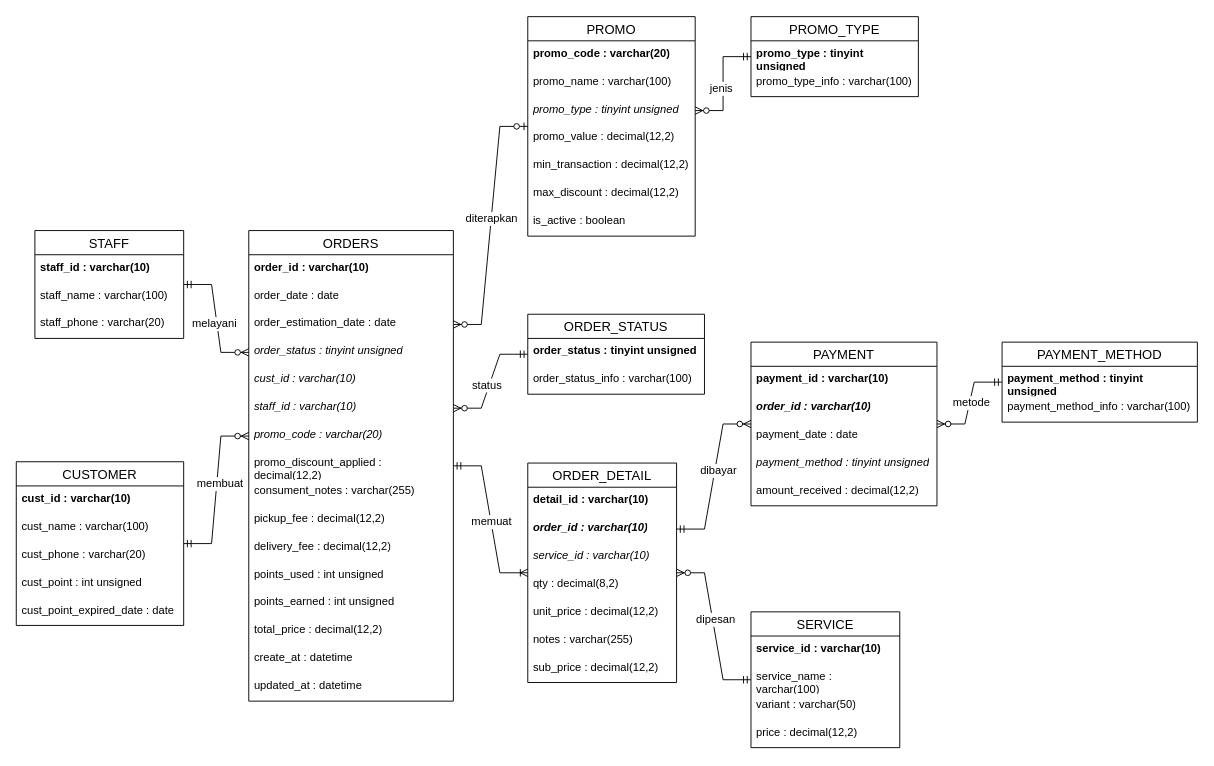
Before: docs/erd-fisik.drawio in restumj/laundry-project, a draw.io diagram. Source tidied: cells renumbered, new cells numbered last; positions are measured from the earlier drawing's top-left corner, leaving out a move shared by most shapes. Both pictures are drawn from the tidied source at 93%, with x=0, y=0 at pixel (16, 16).
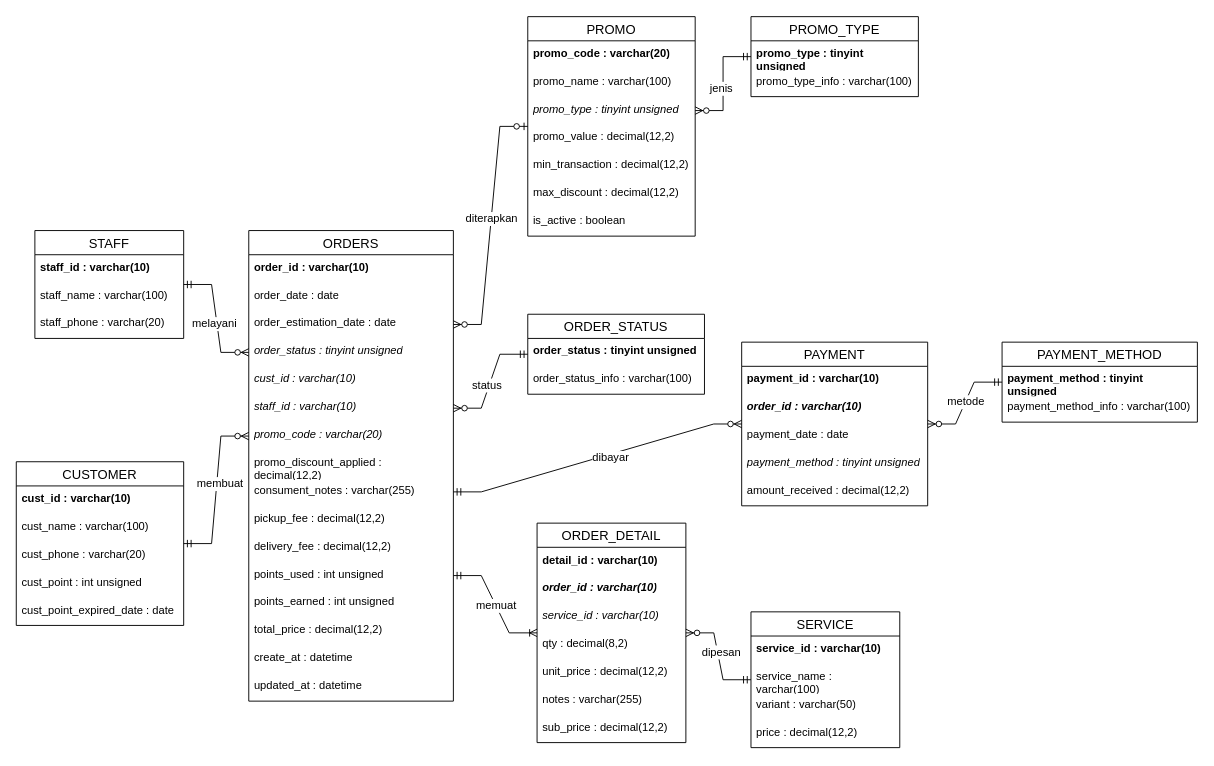
After the change.

The change refers to these unchanged cells:
```xml
<mxCell id="2" value="ORDERS" style="swimlane;fontStyle=0;horizontal=1;startSize=26;align=center;fontSize=14;" parent="1" vertex="1">
  <mxGeometry x="250" y="230.4" width="220" height="506" as="geometry" />
</mxCell>
<mxCell id="11" value="consument_notes : varchar(255)" style="text;strokeColor=none;fillColor=none;spacingLeft=4;spacingRight=4;overflow=hidden;points=[[0,0.5],[1,0.5]];portConstraint=eastwest;fontSize=12;whiteSpace=wrap;html=1;" parent="2" vertex="1">
  <mxGeometry y="266" width="220" height="30" as="geometry" />
</mxCell>
<mxCell id="14" value="points_used : int unsigned" style="text;strokeColor=none;fillColor=none;spacingLeft=4;spacingRight=4;overflow=hidden;points=[[0,0.5],[1,0.5]];portConstraint=eastwest;fontSize=12;whiteSpace=wrap;html=1;" parent="2" vertex="1">
  <mxGeometry y="356" width="220" height="30" as="geometry" />
</mxCell>
<mxCell id="21" value="&lt;i&gt;&lt;b&gt;order_id : varchar(10)&lt;/b&gt;&lt;/i&gt;" style="text;strokeColor=none;fillColor=none;spacingLeft=4;spacingRight=4;overflow=hidden;points=[[0,0.5],[1,0.5]];portConstraint=eastwest;fontSize=12;whiteSpace=wrap;html=1;" parent="19" vertex="1">
  <mxGeometry y="56" width="160" height="30" as="geometry" />
</mxCell>
```

The edit, as a diff of the source:
```diff
@@
     <mxCell id="19" value="ORDER_DETAIL" style="swimlane;fontStyle=0;horizontal=1;startSize=26;align=center;fontSize=14;" parent="1" vertex="1">
-      <mxGeometry x="550" y="480.4" width="160" height="236" as="geometry" />
+      <mxGeometry x="560" y="545" width="160" height="236" as="geometry" />
     </mxCell>
@@
     <mxCell id="53" value="PAYMENT" style="swimlane;fontStyle=0;horizontal=1;startSize=26;align=center;fontSize=14;" parent="1" vertex="1">
-      <mxGeometry x="790" y="350.4" width="200" height="176" as="geometry" />
+      <mxGeometry x="780" y="350.4" width="200" height="176" as="geometry" />
     </mxCell>
@@
-    <mxCell id="65" style="edgeStyle=entityRelationEdgeStyle;fontSize=12;html=1;endArrow=ERoneToMany;startArrow=ERmandOne;rounded=0;defaultLabelBackgroundColor=page;" parent="1" edge="1" source="2" target="19">
+    <mxCell id="65" style="edgeStyle=entityRelationEdgeStyle;fontSize=12;html=1;endArrow=ERoneToMany;startArrow=ERmandOne;rounded=0;defaultLabelBackgroundColor=page;exitX=1;exitY=0.5;exitDx=0;exitDy=0;" parent="1" edge="1" source="14" target="19">
       <mxGeometry relative="1" as="geometry" />
     </mxCell>
@@
-    <mxCell id="69" style="edgeStyle=entityRelationEdgeStyle;fontSize=12;html=1;endArrow=ERzeroToMany;startArrow=ERmandOne;rounded=0;defaultLabelBackgroundColor=page;exitX=1;exitY=0.5;exitDx=0;exitDy=0;" parent="1" edge="1" source="21" target="53">
+    <mxCell id="69" style="edgeStyle=entityRelationEdgeStyle;fontSize=12;html=1;endArrow=ERzeroToMany;startArrow=ERmandOne;rounded=0;defaultLabelBackgroundColor=page;exitX=1;exitY=0.5;exitDx=0;exitDy=0;" parent="1" edge="1" source="11" target="53">
       <mxGeometry relative="1" as="geometry" />
     </mxCell>
```
